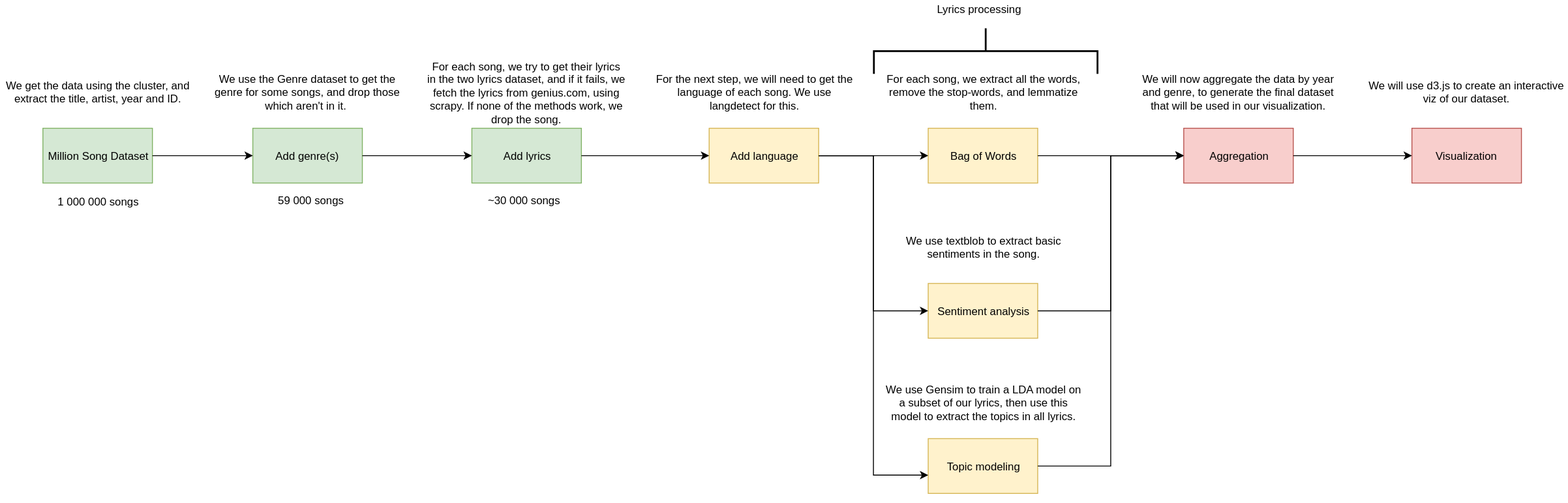
Earlier version of the draw.io export project/pictures/pipeline.svg (RadoslawDryzner/LeRepoDuGuerrier). Source tidied: cells renumbered, new cells last; positions are measured from the earlier drawing's top-left corner, leaving out a move shared by most shapes. Its diagram source:
```xml
<mxGraphModel>
  <root>
    <mxCell id="0" />
    <mxCell id="1" parent="0" />
    <mxCell id="2" value="Million Song Dataset" style="rounded=0;whiteSpace=wrap;html=1;fillColor=#d5e8d4;strokeColor=#82b366;" parent="1" vertex="1">
      <mxGeometry x="46" y="207" width="120" height="60" as="geometry" />
    </mxCell>
    <mxCell id="3" value="Add genre(s)" style="rounded=0;whiteSpace=wrap;html=1;fillColor=#d5e8d4;strokeColor=#82b366;" parent="1" vertex="1">
      <mxGeometry x="276" y="207" width="120" height="60" as="geometry" />
    </mxCell>
    <mxCell id="4" style="edgeStyle=orthogonalEdgeStyle;rounded=0;html=1;exitX=1;exitY=0.5;entryX=0;entryY=0.5;jettySize=auto;" parent="1" edge="1" source="2" target="3">
      <mxGeometry relative="1" as="geometry" />
    </mxCell>
    <mxCell id="5" value="1 000 000 songs" style="text;html=1;strokeColor=none;fillColor=none;align=center;verticalAlign=middle;whiteSpace=wrap;rounded=0;" parent="1" vertex="1">
      <mxGeometry x="51" y="277" width="110" height="20" as="geometry" />
    </mxCell>
    <mxCell id="6" value="We get the data using the cluster, and extract the title, artist, year and ID." style="text;html=1;strokeColor=none;fillColor=none;align=center;verticalAlign=middle;whiteSpace=wrap;rounded=0;" parent="1" vertex="1">
      <mxGeometry y="157" width="213" height="20" as="geometry" />
    </mxCell>
    <mxCell id="7" value="&lt;div style=&quot;text-align: center&quot;&gt;&lt;br&gt;&lt;/div&gt;" style="text;html=1;align=left;verticalAlign=top;spacingTop=-4;" parent="1" vertex="1">
      <mxGeometry x="337" y="177" width="20" height="20" as="geometry" />
    </mxCell>
    <mxCell id="8" value="We use the Genre dataset to get the genre for some songs, and drop those which aren't in it.&amp;nbsp;" style="text;html=1;strokeColor=none;fillColor=none;align=center;verticalAlign=middle;whiteSpace=wrap;rounded=0;" parent="1" vertex="1">
      <mxGeometry x="226" y="157" width="220" height="20" as="geometry" />
    </mxCell>
    <mxCell id="9" value="59 000 songs" style="text;html=1;align=left;verticalAlign=top;spacingTop=-4;" parent="1" vertex="1">
      <mxGeometry x="302" y="277" width="90" height="20" as="geometry" />
    </mxCell>
    <mxCell id="10" value="Add lyrics" style="rounded=0;whiteSpace=wrap;html=1;fillColor=#d5e8d4;strokeColor=#82b366;" parent="1" vertex="1">
      <mxGeometry x="516" y="207" width="120" height="60" as="geometry" />
    </mxCell>
    <mxCell id="11" value="&lt;div style=&quot;text-align: center&quot;&gt;&lt;br&gt;&lt;/div&gt;" style="text;html=1;align=left;verticalAlign=top;spacingTop=-4;" parent="1" vertex="1">
      <mxGeometry x="577" y="177" width="20" height="20" as="geometry" />
    </mxCell>
    <mxCell id="12" value="For each song, we try to get their lyrics in the two lyrics dataset, and if it fails, we fetch the lyrics from genius.com, using scrapy. If none of the methods work, we drop the song." style="text;html=1;strokeColor=none;fillColor=none;align=center;verticalAlign=middle;whiteSpace=wrap;rounded=0;" parent="1" vertex="1">
      <mxGeometry x="466" y="157" width="220" height="20" as="geometry" />
    </mxCell>
    <mxCell id="13" value="~30 000 songs" style="text;html=1;align=left;verticalAlign=top;spacingTop=-4;" parent="1" vertex="1">
      <mxGeometry x="532" y="277" width="90" height="20" as="geometry" />
    </mxCell>
    <mxCell id="14" style="edgeStyle=orthogonalEdgeStyle;rounded=0;html=1;exitX=1;exitY=0.5;entryX=0;entryY=0.5;jettySize=auto;" parent="1" edge="1" source="3" target="10">
      <mxGeometry relative="1" as="geometry" />
    </mxCell>
    <mxCell id="15" value="Add language" style="rounded=0;whiteSpace=wrap;html=1;fillColor=#fff2cc;strokeColor=#d6b656;" parent="1" vertex="1">
      <mxGeometry x="776" y="207" width="120" height="60" as="geometry" />
    </mxCell>
    <mxCell id="16" value="&lt;div style=&quot;text-align: center&quot;&gt;&lt;br&gt;&lt;/div&gt;" style="text;html=1;align=left;verticalAlign=top;spacingTop=-4;" parent="1" vertex="1">
      <mxGeometry x="827" y="177" width="20" height="20" as="geometry" />
    </mxCell>
    <mxCell id="17" value="For the next step, we will need to get the language of each song. We use langdetect for this." style="text;html=1;strokeColor=none;fillColor=none;align=center;verticalAlign=middle;whiteSpace=wrap;rounded=0;" parent="1" vertex="1">
      <mxGeometry x="716" y="157" width="220" height="20" as="geometry" />
    </mxCell>
    <mxCell id="18" style="edgeStyle=orthogonalEdgeStyle;rounded=0;html=1;exitX=1;exitY=0.5;entryX=0;entryY=0.5;jettySize=auto;" parent="1" edge="1" source="10" target="15">
      <mxGeometry relative="1" as="geometry" />
    </mxCell>
    <mxCell id="19" value="Aggregation" style="rounded=0;whiteSpace=wrap;html=1;fillColor=#f8cecc;strokeColor=#b85450;" parent="1" vertex="1">
      <mxGeometry x="1296" y="207" width="120" height="60" as="geometry" />
    </mxCell>
    <mxCell id="20" value="&lt;div style=&quot;text-align: center&quot;&gt;&lt;br&gt;&lt;/div&gt;" style="text;html=1;align=left;verticalAlign=top;spacingTop=-4;" parent="1" vertex="1">
      <mxGeometry x="1327" y="177" width="20" height="20" as="geometry" />
    </mxCell>
    <mxCell id="21" value="We will now aggregate the data by year and genre, to generate the final dataset that will be used in our visualization." style="text;html=1;strokeColor=none;fillColor=none;align=center;verticalAlign=middle;whiteSpace=wrap;rounded=0;" parent="1" vertex="1">
      <mxGeometry x="1246" y="157" width="220" height="20" as="geometry" />
    </mxCell>
    <mxCell id="22" value="Visualization" style="rounded=0;whiteSpace=wrap;html=1;fillColor=#f8cecc;strokeColor=#b85450;" parent="1" vertex="1">
      <mxGeometry x="1546" y="207" width="120" height="60" as="geometry" />
    </mxCell>
    <mxCell id="23" value="&lt;div style=&quot;text-align: center&quot;&gt;&lt;br&gt;&lt;/div&gt;" style="text;html=1;align=left;verticalAlign=top;spacingTop=-4;" parent="1" vertex="1">
      <mxGeometry x="1607" y="177" width="20" height="20" as="geometry" />
    </mxCell>
    <mxCell id="24" style="edgeStyle=orthogonalEdgeStyle;rounded=0;html=1;exitX=1;exitY=0.5;entryX=0;entryY=0.5;jettySize=auto;" parent="1" edge="1" source="19" target="22">
      <mxGeometry relative="1" as="geometry" />
    </mxCell>
    <mxCell id="25" value="Bag of Words" style="rounded=0;whiteSpace=wrap;html=1;fillColor=#fff2cc;strokeColor=#d6b656;" parent="1" vertex="1">
      <mxGeometry x="1016" y="207" width="120" height="60" as="geometry" />
    </mxCell>
    <mxCell id="26" value="For each song, we extract all the words, remove the stop-words, and lemmatize them." style="text;html=1;strokeColor=none;fillColor=none;align=center;verticalAlign=middle;whiteSpace=wrap;rounded=0;" parent="1" vertex="1">
      <mxGeometry x="967" y="157" width="220" height="20" as="geometry" />
    </mxCell>
    <mxCell id="27" value="Sentiment analysis" style="rounded=0;whiteSpace=wrap;html=1;fillColor=#fff2cc;strokeColor=#d6b656;" parent="1" vertex="1">
      <mxGeometry x="1016" y="377" width="120" height="60" as="geometry" />
    </mxCell>
    <mxCell id="28" value="We use textblob to extract basic sentiments in the song." style="text;html=1;strokeColor=none;fillColor=none;align=center;verticalAlign=middle;whiteSpace=wrap;rounded=0;" parent="1" vertex="1">
      <mxGeometry x="967" y="327" width="220" height="20" as="geometry" />
    </mxCell>
    <mxCell id="29" value="Topic modeling" style="rounded=0;whiteSpace=wrap;html=1;fillColor=#fff2cc;strokeColor=#d6b656;" parent="1" vertex="1">
      <mxGeometry x="1016" y="547" width="120" height="60" as="geometry" />
    </mxCell>
    <mxCell id="30" value="We use Gensim to train a LDA model on a subset of our lyrics, then use this model to extract the topics in all lyrics." style="text;html=1;strokeColor=none;fillColor=none;align=center;verticalAlign=middle;whiteSpace=wrap;rounded=0;" parent="1" vertex="1">
      <mxGeometry x="967" y="497" width="220" height="20" as="geometry" />
    </mxCell>
    <mxCell id="31" style="edgeStyle=orthogonalEdgeStyle;rounded=0;html=1;exitX=1;exitY=0.5;entryX=0;entryY=0.5;jettySize=auto;" parent="1" edge="1" source="15" target="25">
      <mxGeometry relative="1" as="geometry" />
    </mxCell>
    <mxCell id="32" style="edgeStyle=orthogonalEdgeStyle;rounded=0;html=1;exitX=1;exitY=0.5;entryX=0;entryY=0.5;jettySize=auto;" parent="1" edge="1" source="15" target="27">
      <mxGeometry relative="1" as="geometry" />
    </mxCell>
    <mxCell id="33" style="edgeStyle=orthogonalEdgeStyle;rounded=0;html=1;exitX=1;exitY=0.5;entryX=0.003;entryY=0.667;entryPerimeter=0;jettySize=auto;" parent="1" edge="1" source="15" target="29">
      <mxGeometry relative="1" as="geometry" />
    </mxCell>
    <mxCell id="34" style="edgeStyle=orthogonalEdgeStyle;rounded=0;html=1;exitX=1;exitY=0.5;entryX=0;entryY=0.5;jettySize=auto;" parent="1" edge="1" source="25" target="19">
      <mxGeometry relative="1" as="geometry" />
    </mxCell>
    <mxCell id="35" style="edgeStyle=orthogonalEdgeStyle;rounded=0;html=1;exitX=1;exitY=0.5;entryX=0;entryY=0.5;jettySize=auto;" parent="1" edge="1" source="27" target="19">
      <mxGeometry relative="1" as="geometry" />
    </mxCell>
    <mxCell id="36" style="strokeWidth=2;html=1;shape=mxgraph.flowchart.annotation_2;align=left;rotation=90;" parent="1" vertex="1">
      <mxGeometry x="1054" width="50" height="245" as="geometry" />
    </mxCell>
    <mxCell id="37" value="Lyrics processing" style="text;html=1;align=left;verticalAlign=top;spacingTop=-4;" parent="1" vertex="1">
      <mxGeometry x="1024" y="67" width="110" height="20" as="geometry" />
    </mxCell>
    <mxCell id="38" style="edgeStyle=orthogonalEdgeStyle;rounded=0;html=1;exitX=1;exitY=0.5;entryX=0;entryY=0.5;jettySize=auto;" parent="1" edge="1" source="29" target="19">
      <mxGeometry relative="1" as="geometry" />
    </mxCell>
    <mxCell id="39" value="We will use d3.js to create an interactive viz of our dataset." style="text;html=1;strokeColor=none;fillColor=none;align=center;verticalAlign=middle;whiteSpace=wrap;rounded=0;" parent="1" vertex="1">
      <mxGeometry x="1496" y="157" width="220" height="20" as="geometry" />
    </mxCell>
    <mxCell id="40" style="edgeStyle=orthogonalEdgeStyle;rounded=0;html=1;exitX=0.75;exitY=0;entryX=0.75;entryY=0;jettySize=auto;orthogonalLoop=1;" parent="1" edge="1" source="6" target="6">
      <mxGeometry relative="1" as="geometry" />
    </mxCell>
    <mxCell id="41" value="&amp;nbsp;" style="text;html=1;align=left;verticalAlign=top;spacingTop=-4;" parent="1" vertex="1">
      <mxGeometry x="1076" y="597" width="20" height="20" as="geometry" />
    </mxCell>
  </root>
</mxGraphModel>
```
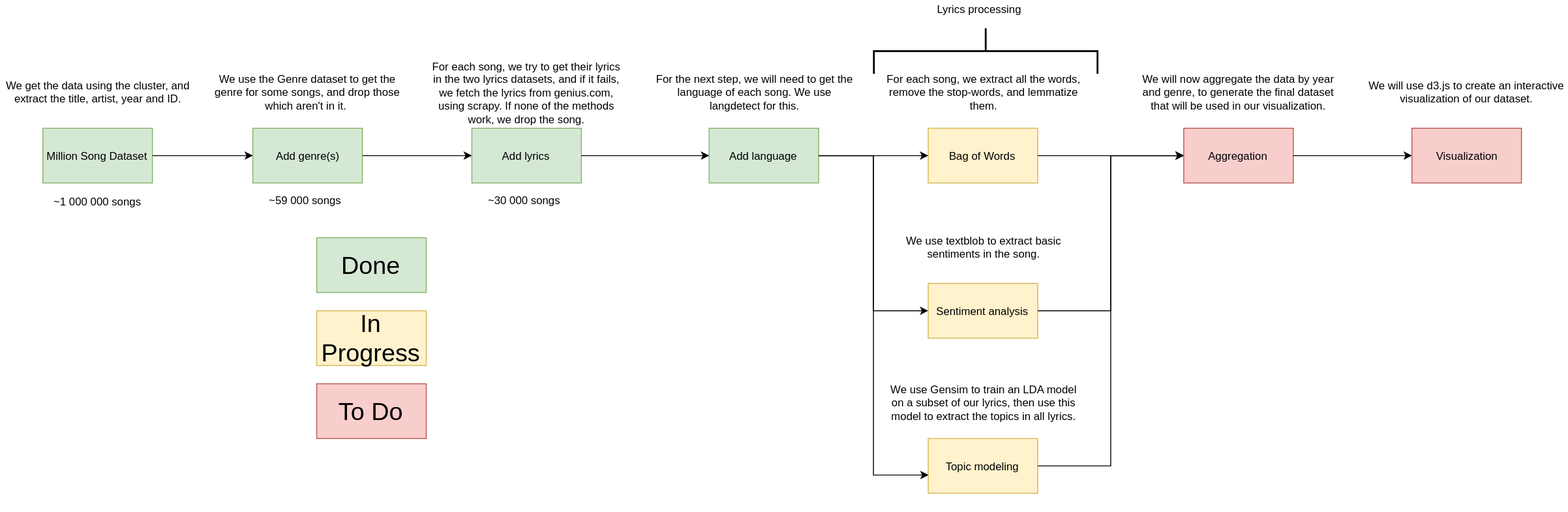
Later version of the same file.

Change to the diagram source:
```diff
@@ -11,7 +11,7 @@
     <mxCell id="4" style="edgeStyle=orthogonalEdgeStyle;rounded=0;html=1;exitX=1;exitY=0.5;entryX=0;entryY=0.5;jettySize=auto;" parent="1" edge="1" source="2" target="3">
       <mxGeometry relative="1" as="geometry" />
     </mxCell>
-    <mxCell id="5" value="1 000 000 songs" style="text;html=1;strokeColor=none;fillColor=none;align=center;verticalAlign=middle;whiteSpace=wrap;rounded=0;" parent="1" vertex="1">
+    <mxCell id="5" value="~1 000 000 songs" style="text;html=1;strokeColor=none;fillColor=none;align=center;verticalAlign=middle;whiteSpace=wrap;rounded=0;" parent="1" vertex="1">
       <mxGeometry x="51" y="277" width="110" height="20" as="geometry" />
     </mxCell>
     <mxCell id="6" value="We get the data using the cluster, and extract the title, artist, year and ID." style="text;html=1;strokeColor=none;fillColor=none;align=center;verticalAlign=middle;whiteSpace=wrap;rounded=0;" parent="1" vertex="1">
@@ -23,8 +23,8 @@
     <mxCell id="8" value="We use the Genre dataset to get the genre for some songs, and drop those which aren't in it.&amp;nbsp;" style="text;html=1;strokeColor=none;fillColor=none;align=center;verticalAlign=middle;whiteSpace=wrap;rounded=0;" parent="1" vertex="1">
       <mxGeometry x="226" y="157" width="220" height="20" as="geometry" />
     </mxCell>
-    <mxCell id="9" value="59 000 songs" style="text;html=1;align=left;verticalAlign=top;spacingTop=-4;" parent="1" vertex="1">
-      <mxGeometry x="302" y="277" width="90" height="20" as="geometry" />
+    <mxCell id="9" value="~59 000 songs" style="text;html=1;align=left;verticalAlign=top;spacingTop=-4;" parent="1" vertex="1">
+      <mxGeometry x="292" y="277" width="90" height="20" as="geometry" />
     </mxCell>
     <mxCell id="10" value="Add lyrics" style="rounded=0;whiteSpace=wrap;html=1;fillColor=#d5e8d4;strokeColor=#82b366;" parent="1" vertex="1">
       <mxGeometry x="516" y="207" width="120" height="60" as="geometry" />
@@ -32,7 +32,7 @@
     <mxCell id="11" value="&lt;div style=&quot;text-align: center&quot;&gt;&lt;br&gt;&lt;/div&gt;" style="text;html=1;align=left;verticalAlign=top;spacingTop=-4;" parent="1" vertex="1">
       <mxGeometry x="577" y="177" width="20" height="20" as="geometry" />
     </mxCell>
-    <mxCell id="12" value="For each song, we try to get their lyrics in the two lyrics dataset, and if it fails, we fetch the lyrics from genius.com, using scrapy. If none of the methods work, we drop the song." style="text;html=1;strokeColor=none;fillColor=none;align=center;verticalAlign=middle;whiteSpace=wrap;rounded=0;" parent="1" vertex="1">
+    <mxCell id="12" value="For each song, we try to get their lyrics in the two lyrics datasets, and if it fails, we fetch the lyrics from genius.com, using scrapy. If none of the methods work, we drop the song." style="text;html=1;strokeColor=none;fillColor=none;align=center;verticalAlign=middle;whiteSpace=wrap;rounded=0;" parent="1" vertex="1">
       <mxGeometry x="466" y="157" width="220" height="20" as="geometry" />
     </mxCell>
     <mxCell id="13" value="~30 000 songs" style="text;html=1;align=left;verticalAlign=top;spacingTop=-4;" parent="1" vertex="1">
@@ -41,7 +41,7 @@
     <mxCell id="14" style="edgeStyle=orthogonalEdgeStyle;rounded=0;html=1;exitX=1;exitY=0.5;entryX=0;entryY=0.5;jettySize=auto;" parent="1" edge="1" source="3" target="10">
       <mxGeometry relative="1" as="geometry" />
     </mxCell>
-    <mxCell id="15" value="Add language" style="rounded=0;whiteSpace=wrap;html=1;fillColor=#fff2cc;strokeColor=#d6b656;" parent="1" vertex="1">
+    <mxCell id="15" value="Add language" style="rounded=0;whiteSpace=wrap;html=1;fillColor=#d5e8d4;strokeColor=#82b366;" parent="1" vertex="1">
       <mxGeometry x="776" y="207" width="120" height="60" as="geometry" />
     </mxCell>
     <mxCell id="16" value="&lt;div style=&quot;text-align: center&quot;&gt;&lt;br&gt;&lt;/div&gt;" style="text;html=1;align=left;verticalAlign=top;spacingTop=-4;" parent="1" vertex="1">
@@ -86,7 +86,7 @@
     <mxCell id="29" value="Topic modeling" style="rounded=0;whiteSpace=wrap;html=1;fillColor=#fff2cc;strokeColor=#d6b656;" parent="1" vertex="1">
       <mxGeometry x="1016" y="547" width="120" height="60" as="geometry" />
     </mxCell>
-    <mxCell id="30" value="We use Gensim to train a LDA model on a subset of our lyrics, then use this model to extract the topics in all lyrics." style="text;html=1;strokeColor=none;fillColor=none;align=center;verticalAlign=middle;whiteSpace=wrap;rounded=0;" parent="1" vertex="1">
+    <mxCell id="30" value="We use Gensim to train an LDA model on a subset of our lyrics, then use this model to extract the topics in all lyrics." style="text;html=1;strokeColor=none;fillColor=none;align=center;verticalAlign=middle;whiteSpace=wrap;rounded=0;" parent="1" vertex="1">
       <mxGeometry x="967" y="497" width="220" height="20" as="geometry" />
     </mxCell>
     <mxCell id="31" style="edgeStyle=orthogonalEdgeStyle;rounded=0;html=1;exitX=1;exitY=0.5;entryX=0;entryY=0.5;jettySize=auto;" parent="1" edge="1" source="15" target="25">
@@ -113,7 +113,7 @@
     <mxCell id="38" style="edgeStyle=orthogonalEdgeStyle;rounded=0;html=1;exitX=1;exitY=0.5;entryX=0;entryY=0.5;jettySize=auto;" parent="1" edge="1" source="29" target="19">
       <mxGeometry relative="1" as="geometry" />
     </mxCell>
-    <mxCell id="39" value="We will use d3.js to create an interactive viz of our dataset." style="text;html=1;strokeColor=none;fillColor=none;align=center;verticalAlign=middle;whiteSpace=wrap;rounded=0;" parent="1" vertex="1">
+    <mxCell id="39" value="We will use d3.js to create an interactive visualization of our dataset." style="text;html=1;strokeColor=none;fillColor=none;align=center;verticalAlign=middle;whiteSpace=wrap;rounded=0;" parent="1" vertex="1">
       <mxGeometry x="1496" y="157" width="220" height="20" as="geometry" />
     </mxCell>
     <mxCell id="40" style="edgeStyle=orthogonalEdgeStyle;rounded=0;html=1;exitX=0.75;exitY=0;entryX=0.75;entryY=0;jettySize=auto;orthogonalLoop=1;" parent="1" edge="1" source="6" target="6">
@@ -122,5 +122,17 @@
     <mxCell id="41" value="&amp;nbsp;" style="text;html=1;align=left;verticalAlign=top;spacingTop=-4;" parent="1" vertex="1">
       <mxGeometry x="1076" y="597" width="20" height="20" as="geometry" />
     </mxCell>
+    <mxCell id="42" value="&lt;font style=&quot;font-size: 27px&quot;&gt;Done&lt;/font&gt;" style="rounded=0;whiteSpace=wrap;html=1;fillColor=#d5e8d4;strokeColor=#82b366;" parent="1" vertex="1">
+      <mxGeometry x="346" y="327" width="120" height="60" as="geometry" />
+    </mxCell>
+    <mxCell id="43" value="&lt;font style=&quot;font-size: 27px&quot;&gt;In Progress&lt;/font&gt;" style="rounded=0;whiteSpace=wrap;html=1;fillColor=#fff2cc;strokeColor=#d6b656;" parent="1" vertex="1">
+      <mxGeometry x="346" y="407" width="120" height="60" as="geometry" />
+    </mxCell>
+    <mxCell id="44" value="&lt;font style=&quot;font-size: 27px&quot;&gt;To Do&lt;/font&gt;" style="rounded=0;whiteSpace=wrap;html=1;fillColor=#f8cecc;strokeColor=#b85450;" parent="1" vertex="1">
+      <mxGeometry x="346" y="487" width="120" height="60" as="geometry" />
+    </mxCell>
+    <mxCell id="45" value="&amp;nbsp;&amp;nbsp;" style="text;html=1;strokeColor=none;fillColor=none;align=center;verticalAlign=middle;whiteSpace=wrap;rounded=0;" parent="1" vertex="1">
+      <mxGeometry x="1054" y="607" width="40" height="20" as="geometry" />
+    </mxCell>
   </root>
 </mxGraphModel>
```
